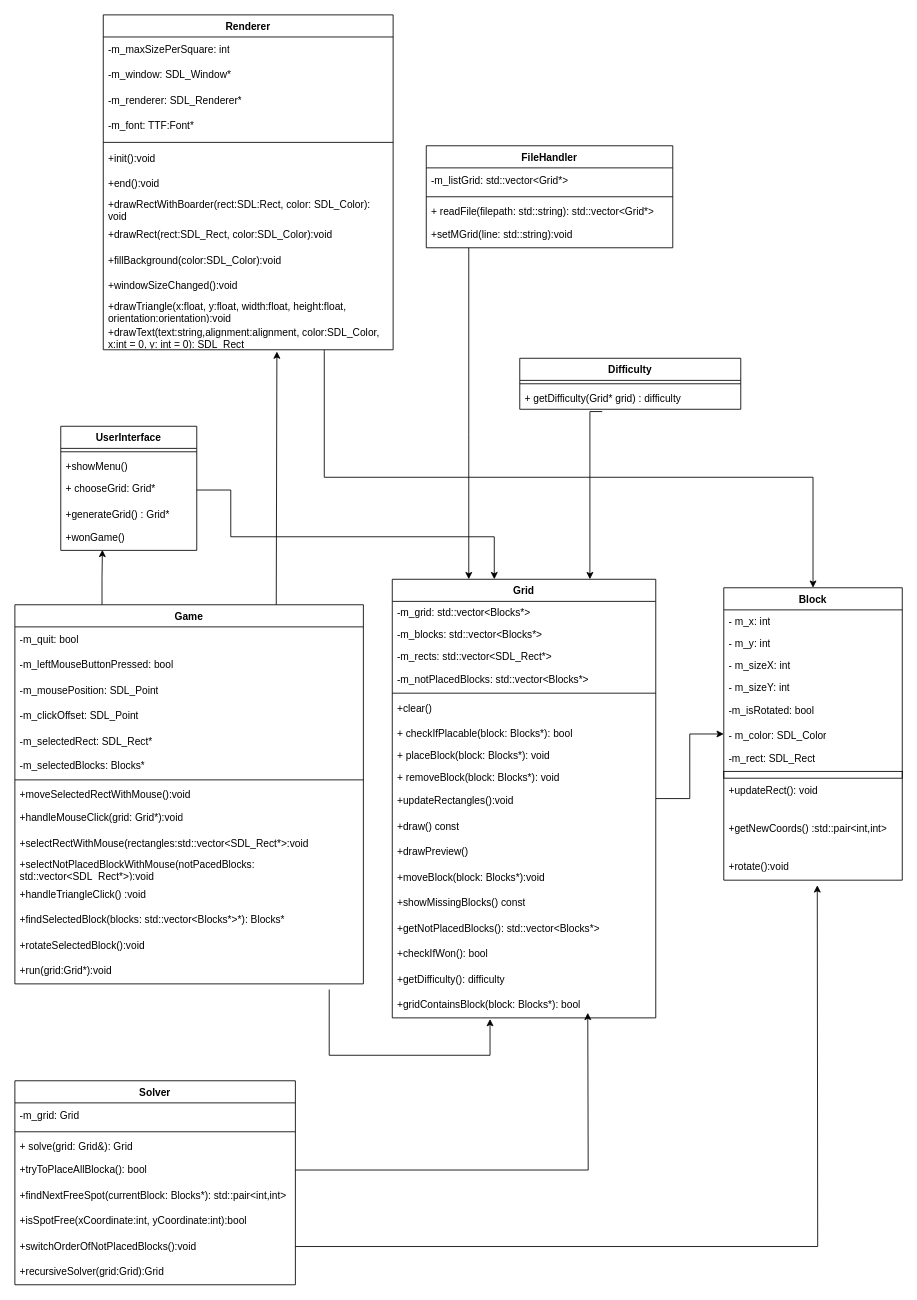
Earlier version of the draw.io diagram KlassenDiagramm.drawio (lanzaco/MondrianBlocks). Source tidied: cells renumbered, new cells numbered last; positions are measured from the earlier drawing's top-left corner, leaving out a move shared by most shapes. Both pictures are drawn from the tidied source at 85%, with x=0, y=0 at pixel (14, 14).
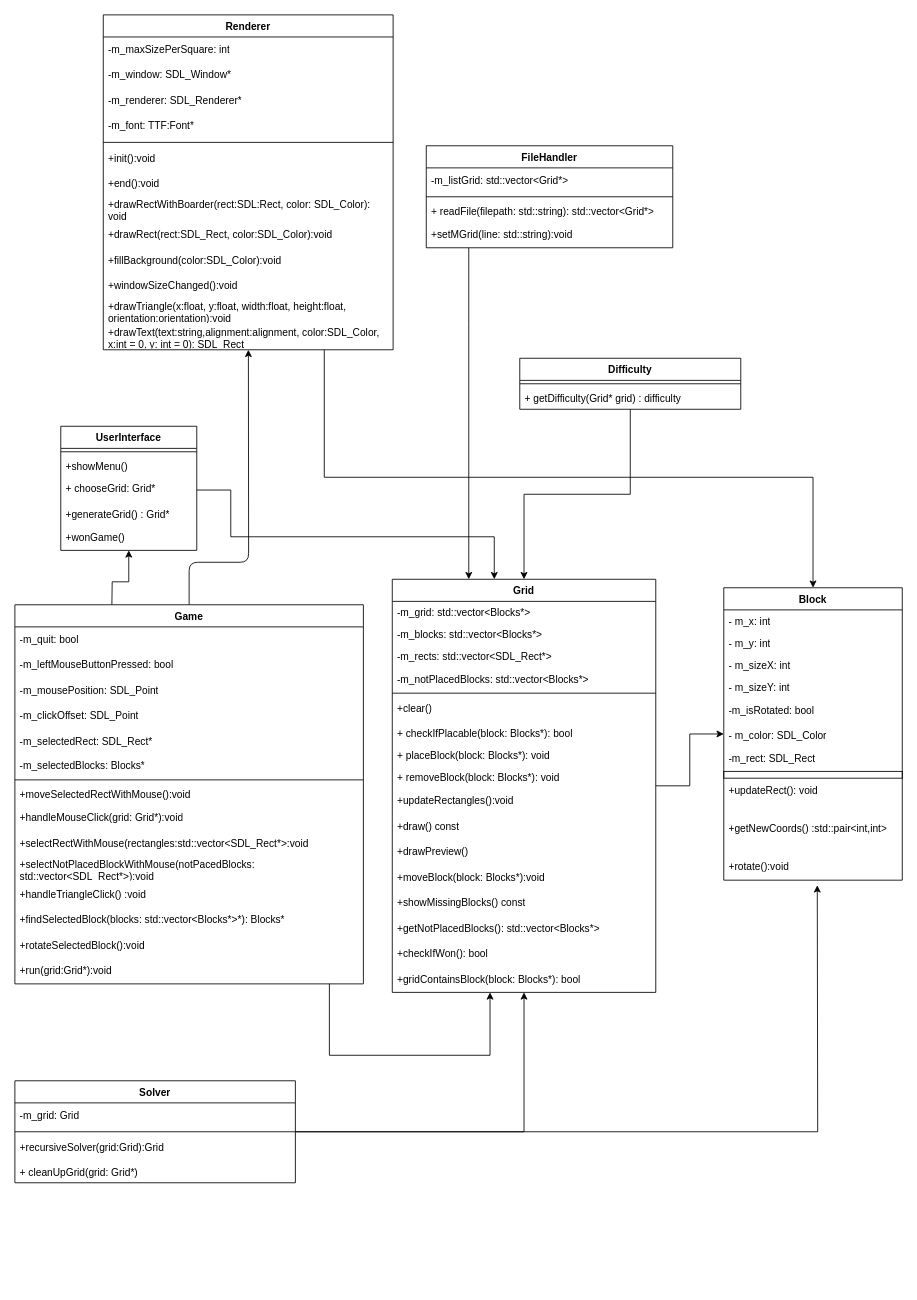
Above is the later version.

Unchanged cells that the change refers to:
```xml
<mxCell id="3" value="Game" style="swimlane;fontStyle=1;align=center;verticalAlign=top;horizontal=1;startSize=26;whiteSpace=wrap;html=1;" parent="1" vertex="1">
  <mxGeometry y="694" width="410" height="446" as="geometry" />
</mxCell>
<mxCell id="18" value="+run(grid:Grid*):void" style="text;strokeColor=none;fillColor=none;align=left;verticalAlign=middle;spacingLeft=4;spacingRight=4;overflow=hidden;points=[[0,0.5],[1,0.5]];portConstraint=eastwest;whiteSpace=wrap;html=1;strokeWidth=1;" parent="3" vertex="1">
  <mxGeometry y="416" width="410" height="30" as="geometry" />
</mxCell>
<mxCell id="19" value="Block" style="swimlane;fontStyle=1;align=center;verticalAlign=top;horizontal=1;startSize=26;whiteSpace=wrap;html=1;" parent="1" vertex="1">
  <mxGeometry x="834" y="674" width="210" height="344" as="geometry" />
</mxCell>
<mxCell id="62" value="UserInterface" style="swimlane;fontStyle=1;align=center;verticalAlign=top;horizontal=1;startSize=26;whiteSpace=wrap;html=1;" parent="1" vertex="1">
  <mxGeometry x="54" y="484" width="160" height="146" as="geometry" />
</mxCell>
<mxCell id="65" value="+ chooseGrid: Grid*" style="text;strokeColor=none;fillColor=none;align=left;verticalAlign=top;spacingLeft=4;spacingRight=4;overflow=hidden;points=[[0,0.5],[1,0.5]];portConstraint=eastwest;whiteSpace=wrap;html=1;" parent="62" vertex="1">
  <mxGeometry y="60" width="160" height="30" as="geometry" />
</mxCell>
<mxCell id="67" value="+wonGame()" style="text;strokeColor=none;fillColor=none;align=left;verticalAlign=middle;spacingLeft=4;spacingRight=4;overflow=hidden;points=[[0,0.5],[1,0.5]];portConstraint=eastwest;whiteSpace=wrap;html=1;strokeWidth=1;" parent="62" vertex="1">
  <mxGeometry y="116" width="160" height="30" as="geometry" />
</mxCell>
<mxCell id="69" value="FileHandler" style="swimlane;fontStyle=1;align=center;verticalAlign=top;horizontal=1;startSize=26;whiteSpace=wrap;html=1;" parent="1" vertex="1">
  <mxGeometry x="484" y="154" width="290" height="120" as="geometry" />
</mxCell>
<mxCell id="74" value="Renderer" style="swimlane;fontStyle=1;align=center;verticalAlign=top;horizontal=1;startSize=26;whiteSpace=wrap;html=1;" parent="1" vertex="1">
  <mxGeometry x="104" width="341" height="394" as="geometry" />
</mxCell>
<mxCell id="87" value="+drawText(text:string,alignment:alignment, color:SDL_Color, x:int = 0, y: int = 0): SDL_Rect" style="text;strokeColor=none;fillColor=none;align=left;verticalAlign=middle;spacingLeft=4;spacingRight=4;overflow=hidden;points=[[0,0.5],[1,0.5]];portConstraint=eastwest;whiteSpace=wrap;html=1;strokeWidth=1;" parent="74" vertex="1">
  <mxGeometry y="364" width="341" height="30" as="geometry" />
</mxCell>
<mxCell id="89" value="Difficulty" style="swimlane;fontStyle=1;align=center;verticalAlign=top;horizontal=1;startSize=26;whiteSpace=wrap;html=1;" parent="1" vertex="1">
  <mxGeometry x="594" y="404" width="260" height="60" as="geometry" />
</mxCell>
<mxCell id="91" value="+&amp;nbsp;getDifficulty(Grid* grid) : difficulty" style="text;strokeColor=none;fillColor=none;align=left;verticalAlign=top;spacingLeft=4;spacingRight=4;overflow=hidden;points=[[0,0.5],[1,0.5]];portConstraint=eastwest;whiteSpace=wrap;html=1;" parent="89" vertex="1">
  <mxGeometry y="34" width="260" height="26" as="geometry" />
</mxCell>
```

Change to the diagram source:
```diff
@@
-    <mxCell id="2" style="edgeStyle=orthogonalEdgeStyle;rounded=0;jettySize=auto;html=1;exitX=0.25;exitY=0;exitDx=0;exitDy=0;entryX=0.306;entryY=0.978;entryDx=0;entryDy=0;entryPerimeter=0;" parent="1" edge="1" source="3" target="67">
-      <mxGeometry relative="1" as="geometry" />
+    <mxCell id="2" style="edgeStyle=orthogonalEdgeStyle;rounded=0;jettySize=auto;html=1;" parent="1" edge="1" target="62">
+      <mxGeometry relative="1" as="geometry">
+        <mxPoint x="114" y="704" as="sourcePoint" />
+      </mxGeometry>
     </mxCell>
@@
     <mxCell id="32" value="Grid" style="swimlane;fontStyle=1;align=center;verticalAlign=top;horizontal=1;startSize=26;whiteSpace=wrap;html=1;" parent="1" vertex="1">
-      <mxGeometry x="444" y="664" width="310" height="516" as="geometry" />
+      <mxGeometry x="444" y="664" width="310" height="486" as="geometry" />
     </mxCell>
@@
-    <mxCell id="49" value="+getDifficulty(): difficulty" style="text;strokeColor=none;fillColor=none;align=left;verticalAlign=middle;spacingLeft=4;spacingRight=4;overflow=hidden;whiteSpace=wrap;html=1;strokeWidth=1;" parent="32" vertex="1">
-      <mxGeometry y="456" width="310" height="30" as="geometry" />
-    </mxCell>
     <mxCell id="50" value="+gridContainsBlock(block: Blocks*): bool" style="text;strokeColor=none;fillColor=none;align=left;verticalAlign=middle;spacingLeft=4;spacingRight=4;overflow=hidden;points=[[0,0.5],[1,0.5]];portConstraint=eastwest;whiteSpace=wrap;html=1;strokeWidth=1;" parent="32" vertex="1">
-      <mxGeometry y="486" width="310" height="30" as="geometry" />
+      <mxGeometry y="456" width="310" height="30" as="geometry" />
     </mxCell>
     <mxCell id="51" value="Solver" style="swimlane;fontStyle=1;align=center;verticalAlign=top;horizontal=1;startSize=26;whiteSpace=wrap;html=1;" parent="1" vertex="1">
-      <mxGeometry y="1254" width="330" height="240" as="geometry" />
+      <mxGeometry y="1254" width="330" height="120" as="geometry" />
     </mxCell>
@@
-    <mxCell id="54" value="+ solve(grid: Grid&amp;amp;): Grid" style="text;strokeColor=none;fillColor=none;align=left;verticalAlign=top;spacingLeft=4;spacingRight=4;overflow=hidden;whiteSpace=wrap;html=1;" parent="51" vertex="1">
-      <mxGeometry y="64" width="330" height="26" as="geometry" />
-    </mxCell>
-    <mxCell id="55" style="edgeStyle=orthogonalEdgeStyle;rounded=0;jettySize=auto;html=1;exitX=1;exitY=0.5;exitDx=0;exitDy=0;" parent="51" edge="1" source="56">
-      <mxGeometry relative="1" as="geometry">
-        <mxPoint x="674" y="-80" as="targetPoint" />
-      </mxGeometry>
-    </mxCell>
-    <mxCell id="56" value="+tryToPlaceAllBlocka(): bool" style="text;strokeColor=none;fillColor=none;align=left;verticalAlign=middle;spacingLeft=4;spacingRight=4;overflow=hidden;points=[[0,0.5],[1,0.5]];portConstraint=eastwest;whiteSpace=wrap;html=1;strokeWidth=1;" parent="51" vertex="1">
-      <mxGeometry y="90" width="330" height="30" as="geometry" />
-    </mxCell>
-    <mxCell id="57" value="+findNextFreeSpot(currentBlock: Blocks*): std::pair&amp;lt;int,int&amp;gt;" style="text;strokeColor=none;fillColor=none;align=left;verticalAlign=middle;spacingLeft=4;spacingRight=4;overflow=hidden;whiteSpace=wrap;html=1;strokeWidth=1;" parent="51" vertex="1">
-      <mxGeometry y="120" width="330" height="30" as="geometry" />
-    </mxCell>
-    <mxCell id="58" value="+isSpotFree(xCoordinate:int, yCoordinate:int):bool" style="text;strokeColor=none;fillColor=none;align=left;verticalAlign=middle;spacingLeft=4;spacingRight=4;overflow=hidden;whiteSpace=wrap;html=1;strokeWidth=1;" parent="51" vertex="1">
-      <mxGeometry y="150" width="330" height="30" as="geometry" />
-    </mxCell>
+    <mxCell id="61" value="+recursiveSolver(grid:Grid):Grid" style="text;strokeColor=none;fillColor=none;align=left;verticalAlign=middle;spacingLeft=4;spacingRight=4;overflow=hidden;whiteSpace=wrap;html=1;strokeWidth=1;" parent="51" vertex="1">
+      <mxGeometry y="64" width="330" height="30" as="geometry" />
+    </mxCell>
-    <mxCell id="59" style="edgeStyle=orthogonalEdgeStyle;rounded=0;jettySize=auto;html=1;exitX=1;exitY=0.5;exitDx=0;exitDy=0;" parent="51" edge="1" source="60">
+    <mxCell id="59" style="edgeStyle=orthogonalEdgeStyle;rounded=0;jettySize=auto;html=1;" parent="51" edge="1" source="51">
       <mxGeometry relative="1" as="geometry">
         <mxPoint x="944" y="-230" as="targetPoint" />
       </mxGeometry>
     </mxCell>
-    <mxCell id="60" value="+switchOrderOfNotPlacedBlocks():void" style="text;strokeColor=none;fillColor=none;align=left;verticalAlign=middle;spacingLeft=4;spacingRight=4;overflow=hidden;points=[[0,0.5],[1,0.5]];portConstraint=eastwest;whiteSpace=wrap;html=1;strokeWidth=1;" parent="51" vertex="1">
-      <mxGeometry y="180" width="330" height="30" as="geometry" />
-    </mxCell>
-    <mxCell id="61" value="+recursiveSolver(grid:Grid):Grid" style="text;strokeColor=none;fillColor=none;align=left;verticalAlign=middle;spacingLeft=4;spacingRight=4;overflow=hidden;whiteSpace=wrap;html=1;strokeWidth=1;" parent="51" vertex="1">
-      <mxGeometry y="210" width="330" height="30" as="geometry" />
-    </mxCell>
+    <mxCell id="96" value="+ cleanUpGrid(grid: Grid*)" style="text;strokeColor=none;fillColor=none;align=left;verticalAlign=top;spacingLeft=4;spacingRight=4;overflow=hidden;" parent="51" vertex="1">
+      <mxGeometry y="94" width="330" height="26" as="geometry" />
+    </mxCell>
@@
-    <mxCell id="68" style="edgeStyle=orthogonalEdgeStyle;rounded=0;orthogonalLoop=1;jettySize=auto;html=1;" parent="1" edge="1">
+    <mxCell id="68" style="edgeStyle=orthogonalEdgeStyle;rounded=0;jettySize=auto;html=1;" parent="1" edge="1" source="69">
       <mxGeometry relative="1" as="geometry">
-        <mxPoint x="534" y="274" as="sourcePoint" />
         <mxPoint x="534" y="664" as="targetPoint" />
         <Array as="points">
-          <mxPoint x="533.9" y="494" />
-          <mxPoint x="533.9" y="494" />
+          <mxPoint x="534" y="364" />
+          <mxPoint x="534" y="364" />
         </Array>
       </mxGeometry>
     </mxCell>
@@
-    <mxCell id="88" style="endArrow=classic;html=1;exitX=0.75;exitY=0;exitDx=0;exitDy=0;entryX=0.599;entryY=1.067;entryDx=0;entryDy=0;entryPerimeter=0;" parent="1" edge="1" source="3" target="87">
-      <mxGeometry relative="1" as="geometry" />
+    <mxCell id="88" style="endArrow=classic;html=1;" parent="1" edge="1" source="3" target="74">
+      <mxGeometry relative="1" as="geometry">
+        <Array as="points">
+          <mxPoint x="205" y="644" />
+          <mxPoint x="275" y="644" />
+        </Array>
+      </mxGeometry>
     </mxCell>
@@
-    <mxCell id="92" style="edgeStyle=orthogonalEdgeStyle;rounded=0;jettySize=auto;html=1;exitX=1;exitY=0.5;exitDx=0;exitDy=0;" parent="1" edge="1" source="65">
+    <mxCell id="92" style="edgeStyle=orthogonalEdgeStyle;rounded=0;jettySize=auto;html=1;" parent="1" edge="1" source="62">
       <mxGeometry relative="1" as="geometry">
         <mxPoint x="564" y="664" as="targetPoint" />
         <Array as="points">
           <mxPoint x="254" y="559" />
           <mxPoint x="254" y="614" />
           <mxPoint x="564" y="614" />
         </Array>
       </mxGeometry>
     </mxCell>
-    <mxCell id="93" style="edgeStyle=orthogonalEdgeStyle;rounded=0;jettySize=auto;html=1;" parent="1" edge="1" target="19">
+    <mxCell id="93" style="edgeStyle=orthogonalEdgeStyle;rounded=0;jettySize=auto;html=1;" parent="1" edge="1" source="74" target="19">
       <mxGeometry relative="1" as="geometry">
-        <mxPoint x="364" y="394" as="sourcePoint" />
         <Array as="points">
-          <mxPoint x="364" y="396" />
           <mxPoint x="364" y="544" />
           <mxPoint x="939" y="544" />
         </Array>
       </mxGeometry>
     </mxCell>
-    <mxCell id="94" style="edgeStyle=orthogonalEdgeStyle;rounded=0;jettySize=auto;html=1;exitX=0.902;exitY=1.222;exitDx=0;exitDy=0;entryX=0.371;entryY=1.044;entryDx=0;entryDy=0;entryPerimeter=0;exitPerimeter=0;" parent="1" edge="1" source="18" target="50">
+    <mxCell id="94" style="edgeStyle=orthogonalEdgeStyle;rounded=0;jettySize=auto;html=1;" parent="1" edge="1" source="3" target="32">
       <mxGeometry relative="1" as="geometry">
         <Array as="points">
           <mxPoint x="370" y="1224" />
           <mxPoint x="559" y="1224" />
         </Array>
       </mxGeometry>
     </mxCell>
-    <mxCell id="95" style="edgeStyle=orthogonalEdgeStyle;rounded=0;jettySize=auto;html=1;exitX=0.373;exitY=1.103;exitDx=0;exitDy=0;entryX=0.75;entryY=0;entryDx=0;entryDy=0;exitPerimeter=0;" parent="1" edge="1" source="91" target="32">
-      <mxGeometry relative="1" as="geometry">
-        <Array as="points">
-          <mxPoint x="677" y="467" />
-        </Array>
-      </mxGeometry>
+    <mxCell id="95" style="edgeStyle=orthogonalEdgeStyle;rounded=0;jettySize=auto;html=1;" parent="1" edge="1" source="89" target="32">
+      <mxGeometry relative="1" as="geometry" />
     </mxCell>
+    <mxCell id="55" style="edgeStyle=orthogonalEdgeStyle;rounded=0;jettySize=auto;html=1;" parent="1" edge="1" source="51" target="32">
+      <mxGeometry relative="1" as="geometry" />
+    </mxCell>
```
